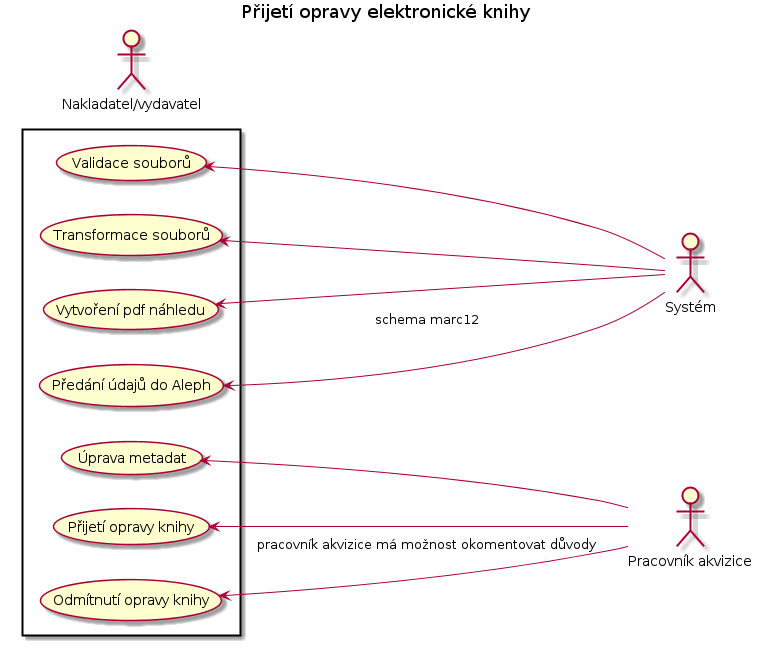
Above: docs/uc07.png in edeposit/edeposit.policy (PlantUML), before the change. The source it was exported from:
```plantuml
@startuml
left to right direction
title P?ijetí opravy elektronické knihy
skinparam packageStyle rect

actor :Nakladatel/vydavatel:
actor :Pracovník akvizice:
actor :Systém:

rectangle  {
	   :Systém: -left-> (Validace soubor?)
	   :Systém: -left-> (Transformace soubor?)
	   :Systém: -left-> (Vytvo?ení pdf náhledu)

	   :Pracovník akvizice: -left-> (Úprava metadat)
	   :Pracovník akvizice: -left-> (P?ijetí opravy knihy)
	   :Pracovník akvizice: -left-> (Odmítnutí opravy knihy) : pracovník akvizice má mo?nost okomentovat d?vody

	   :Systém: -left-> (P?edání údaj? do Aleph) : schema marc12
}
@enduml
```
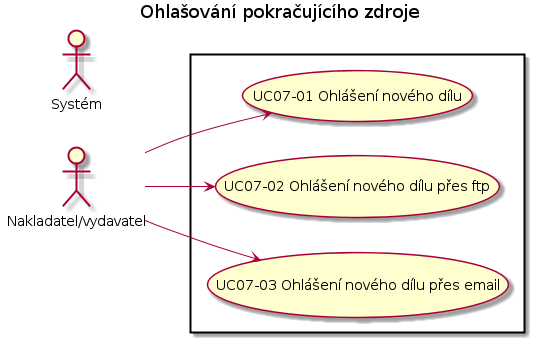
Above is the later version.

The edit, as a diff of the source:
```diff
@@ -1,21 +1,14 @@
 @startuml
 left to right direction
-title P?ijetí opravy elektronické knihy
+title Ohla?ování pokra?ujícího zdroje
 skinparam packageStyle rect
 
-actor :Nakladatel/vydavatel:
-actor :Pracovník akvizice:
-actor :Systém:
+actor :Nakladatel/vydavatel: as nakl
+actor :Systém: as sys
 
 rectangle  {
-	   :Systém: -left-> (Validace soubor?)
-	   :Systém: -left-> (Transformace soubor?)
-	   :Systém: -left-> (Vytvo?ení pdf náhledu)
-
-	   :Pracovník akvizice: -left-> (Úprava metadat)
-	   :Pracovník akvizice: -left-> (P?ijetí opravy knihy)
-	   :Pracovník akvizice: -left-> (Odmítnutí opravy knihy) : pracovník akvizice má mo?nost okomentovat d?vody
-
-	   :Systém: -left-> (P?edání údaj? do Aleph) : schema marc12
+	   :nakl: --> (UC07-01 Ohlá?ení nového dílu)
+	   :nakl: --> (UC07-02 Ohlá?ení nového dílu p?es ftp)
+	   :nakl: --> (UC07-03 Ohlá?ení nového dílu p?es email)
 }
 @enduml
```
